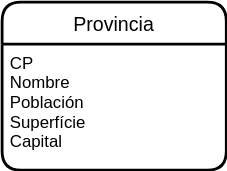
Before: UD12-3.svg, a diagram exported from draw.io (Jimxx22/C3-UD11-UML). Source tidied: cells renumbered, new cells last; positions are measured from the earlier drawing's top-left corner, leaving out a move shared by most shapes.
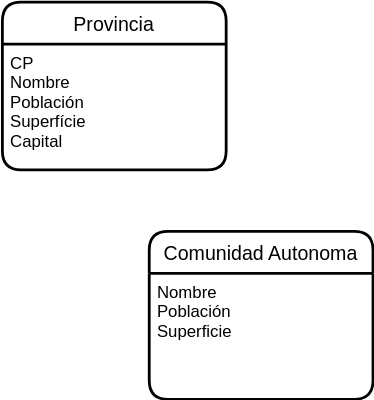
After the change.

Commit message:
Entidad Comunidad Autonoma

What changed in the source:
```diff
@@ -2,6 +2,12 @@
   <root>
     <mxCell id="0" />
     <mxCell id="1" parent="0" />
+    <mxCell id="4" value="Comunidad Autonoma" style="swimlane;horizontal=1;startSize=30;rounded=1;fontSize=14;fontStyle=0;strokeWidth=2;shadow=0;dashed=0;align=center;" parent="1" vertex="1">
+      <mxGeometry x="105" y="164" width="160" height="120" as="geometry" />
+    </mxCell>
+    <mxCell id="5" value="Nombre&#10;Población&#10;Superficie" style="align=left;strokeColor=none;fillColor=none;spacingLeft=4;fontSize=12;verticalAlign=top;" parent="4" vertex="1">
+      <mxGeometry y="30" width="160" height="90" as="geometry" />
+    </mxCell>
     <mxCell id="2" value="Provincia" style="swimlane;horizontal=1;startSize=30;rounded=1;fontSize=14;fontStyle=0;strokeWidth=2;shadow=0;dashed=0;align=center;html=0;" parent="1" vertex="1">
       <mxGeometry width="160" height="120" as="geometry" />
     </mxCell>
```
